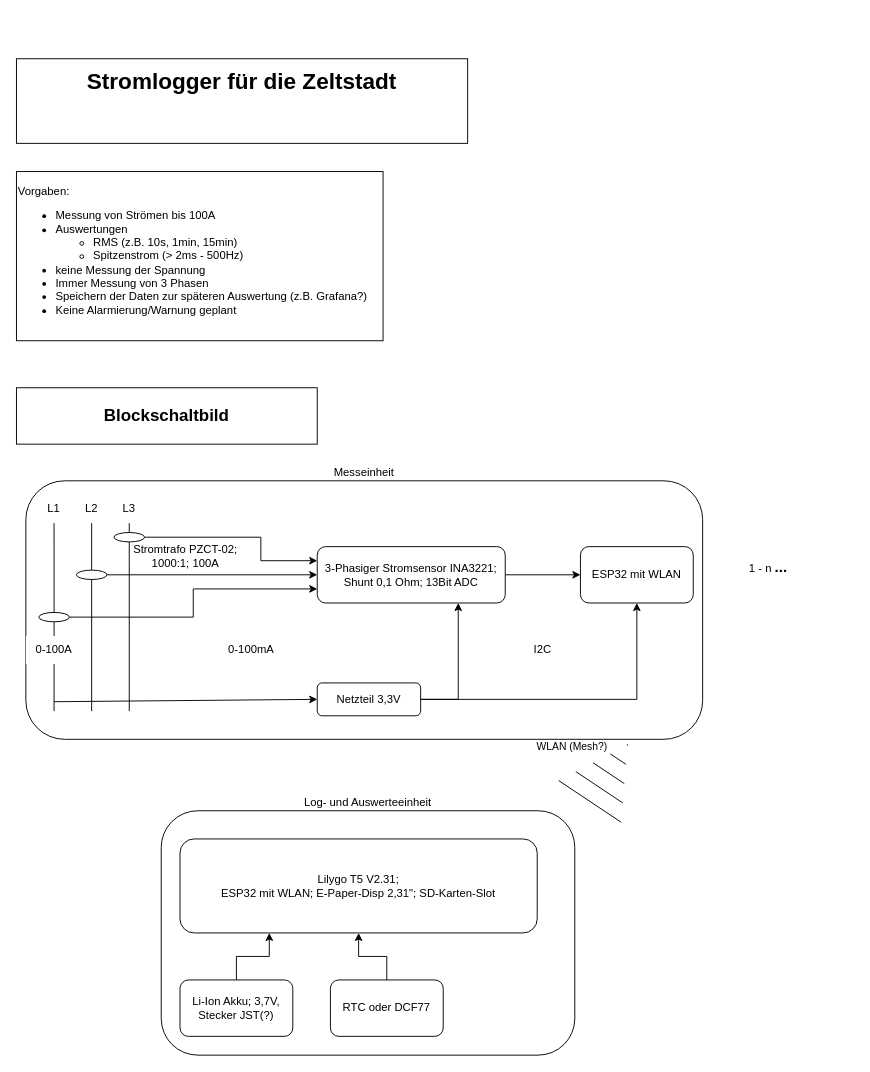
Earlier version of the draw.io diagram Stromlogger_Planung.drawio (dpreyl/Stromlogger). Source tidied: cells renumbered, new cells numbered last; positions are measured from the earlier drawing's top-left corner, leaving out a move shared by most shapes. Both pictures are drawn from the tidied source at 94%, with x=0, y=0 at pixel (16, 58).
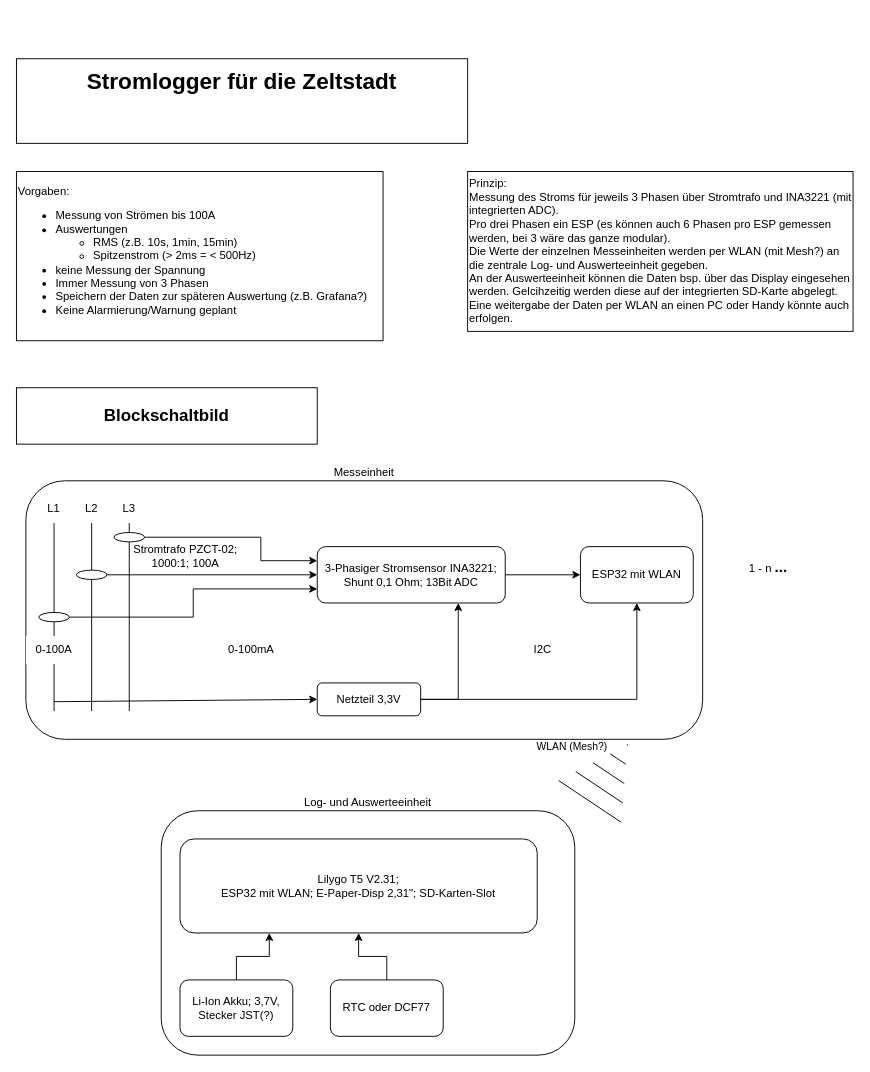
The same page after the edit.

The edit, as a diff of the source:
```diff
@@
-    <mxCell id="5" value="&lt;div align=&quot;left&quot;&gt;Vorgaben:&lt;/div&gt;&lt;div align=&quot;left&quot;&gt;&lt;ul&gt;&lt;li&gt;Messung von Strömen bis 100A&lt;/li&gt;&lt;li&gt;Auswertungen&lt;/li&gt;&lt;ul&gt;&lt;li&gt;RMS (z.B. 10s, 1min, 15min)&lt;br&gt;&lt;/li&gt;&lt;li&gt;Spitzenstrom (&amp;gt; 2ms - 500Hz)&lt;br&gt;&lt;/li&gt;&lt;/ul&gt;&lt;li&gt;keine Messung der Spannung&lt;/li&gt;&lt;li&gt;Immer Messung von 3 Phasen&lt;/li&gt;&lt;li&gt;Speichern der Daten zur späteren Auswertung (z.B. Grafana?)&lt;br&gt;&lt;/li&gt;&lt;li&gt;Keine Alarmierung/Warnung geplant&lt;br&gt;&lt;/li&gt;&lt;/ul&gt;&lt;/div&gt;" style="rounded=0;whiteSpace=wrap;html=1;align=left;" parent="1" vertex="1">
+    <mxCell id="5" value="&lt;div align=&quot;left&quot;&gt;Vorgaben:&lt;/div&gt;&lt;div align=&quot;left&quot;&gt;&lt;ul&gt;&lt;li&gt;Messung von Strömen bis 100A&lt;/li&gt;&lt;li&gt;Auswertungen&lt;/li&gt;&lt;ul&gt;&lt;li&gt;RMS (z.B. 10s, 1min, 15min)&lt;br&gt;&lt;/li&gt;&lt;li&gt;Spitzenstrom (&amp;gt; 2ms = &amp;lt; 500Hz)&lt;br&gt;&lt;/li&gt;&lt;/ul&gt;&lt;li&gt;keine Messung der Spannung&lt;/li&gt;&lt;li&gt;Immer Messung von 3 Phasen&lt;/li&gt;&lt;li&gt;Speichern der Daten zur späteren Auswertung (z.B. Grafana?)&lt;br&gt;&lt;/li&gt;&lt;li&gt;Keine Alarmierung/Warnung geplant&lt;br&gt;&lt;/li&gt;&lt;/ul&gt;&lt;/div&gt;" style="rounded=0;whiteSpace=wrap;html=1;align=left;" parent="1" vertex="1">
       <mxGeometry y="120" width="390" height="180" as="geometry" />
     </mxCell>
@@
+    <mxCell id="38" value="&lt;div&gt;Prinzip:&lt;/div&gt;&lt;div&gt;Messung des Stroms für jeweils 3 Phasen über Stromtrafo und INA3221 (mit integrierten ADC). &lt;br&gt;&lt;/div&gt;&lt;div&gt;Pro drei Phasen ein ESP (es können auch 6 Phasen pro ESP gemessen werden, bei 3 wäre das ganze modular).&lt;/div&gt;&lt;div&gt;Die Werte der einzelnen Messeinheiten werden per WLAN (mit Mesh?) an die zentrale Log- und Auswerteeinheit gegeben.&lt;/div&gt;&lt;div&gt;An der Auswerteeinheit können die Daten bsp. über das Display eingesehen werden. Gelcihzeitig werden diese auf der integrierten SD-Karte abgelegt. Eine weitergabe der Daten per WLAN an einen PC oder Handy könnte auch erfolgen.&lt;br&gt;&lt;/div&gt;" style="rounded=0;whiteSpace=wrap;html=1;align=left;" parent="1" vertex="1">
+      <mxGeometry x="480" y="120" width="410" height="170" as="geometry" />
+    </mxCell>
```
